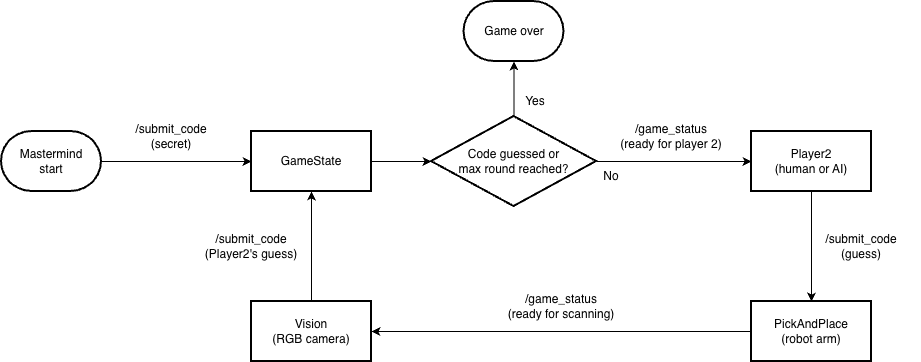
Antony957/RobotPlayingMastermind keeps this draw.io diagram as docs/diagram.png. Above is the earlier version. Source tidied: cells renumbered, new cells last; positions are measured from the earlier drawing's top-left corner, leaving out a move shared by most shapes.
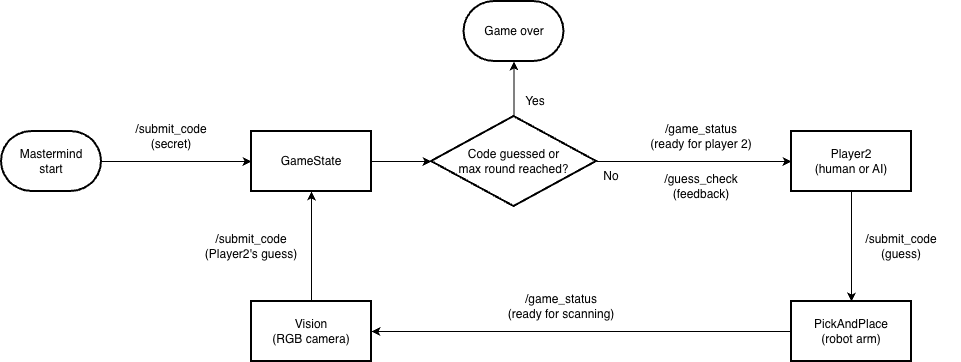
The same diagram one commit later.

Commit message:
update system diagram

Diff of the diagram source:
```diff
@@ -9,7 +9,7 @@
       <mxGeometry relative="1" as="geometry" />
     </mxCell>
     <mxCell id="4" value="PickAndPlace&lt;br&gt;(robot arm)" style="whiteSpace=wrap;html=1;strokeWidth=2;" parent="1" vertex="1">
-      <mxGeometry x="750" y="300" width="120" height="60" as="geometry" />
+      <mxGeometry x="790" y="300" width="120" height="60" as="geometry" />
     </mxCell>
     <mxCell id="5" style="edgeStyle=orthogonalEdgeStyle;rounded=0;jettySize=auto;html=1;exitX=0.5;exitY=0;exitDx=0;exitDy=0;entryX=0.5;entryY=1;entryDx=0;entryDy=0;" parent="1" edge="1" source="6" target="2">
       <mxGeometry relative="1" as="geometry" />
@@ -21,16 +21,16 @@
       <mxGeometry relative="1" as="geometry" />
     </mxCell>
     <mxCell id="8" value="Player2&lt;br&gt;(human or AI)" style="whiteSpace=wrap;html=1;strokeWidth=2;" parent="1" vertex="1">
-      <mxGeometry x="750" y="130" width="120" height="60" as="geometry" />
+      <mxGeometry x="790" y="130" width="120" height="60" as="geometry" />
     </mxCell>
     <mxCell id="9" value="/submit_code (secret)" style="text;html=1;whiteSpace=wrap;strokeColor=none;fillColor=none;align=center;verticalAlign=middle;rounded=0;" parent="1" vertex="1">
       <mxGeometry x="140" y="120" width="60" height="30" as="geometry" />
     </mxCell>
     <mxCell id="10" value="/game_status&lt;br&gt;(ready for player 2)" style="text;html=1;whiteSpace=wrap;strokeColor=none;fillColor=none;align=center;verticalAlign=middle;rounded=0;" parent="1" vertex="1">
-      <mxGeometry x="610" y="120" width="120" height="30" as="geometry" />
+      <mxGeometry x="640" y="120" width="120" height="30" as="geometry" />
     </mxCell>
     <mxCell id="11" value="/submit_code&lt;br&gt;(guess)" style="text;html=1;whiteSpace=wrap;strokeColor=none;fillColor=none;align=center;verticalAlign=middle;rounded=0;" parent="1" vertex="1">
-      <mxGeometry x="800" y="230" width="120" height="30" as="geometry" />
+      <mxGeometry x="840" y="230" width="120" height="30" as="geometry" />
     </mxCell>
     <mxCell id="12" value="/game_status&lt;br&gt;(ready for scanning)" style="text;html=1;whiteSpace=wrap;strokeColor=none;fillColor=none;align=center;verticalAlign=middle;rounded=0;" parent="1" vertex="1">
       <mxGeometry x="500" y="290" width="120" height="30" as="geometry" />
@@ -67,5 +67,8 @@
     <mxCell id="22" style="edgeStyle=orthogonalEdgeStyle;rounded=0;jettySize=auto;html=1;exitX=1;exitY=0.5;exitDx=0;exitDy=0;entryX=0;entryY=0.5;entryDx=0;entryDy=0;entryPerimeter=0;" parent="1" edge="1" source="2" target="17">
       <mxGeometry relative="1" as="geometry" />
     </mxCell>
+    <mxCell id="23" value="/guess_check&lt;br&gt;(feedback)" style="text;html=1;whiteSpace=wrap;strokeColor=none;fillColor=none;align=center;verticalAlign=middle;rounded=0;" parent="1" vertex="1">
+      <mxGeometry x="640" y="170" width="120" height="30" as="geometry" />
+    </mxCell>
   </root>
 </mxGraphModel>
```
